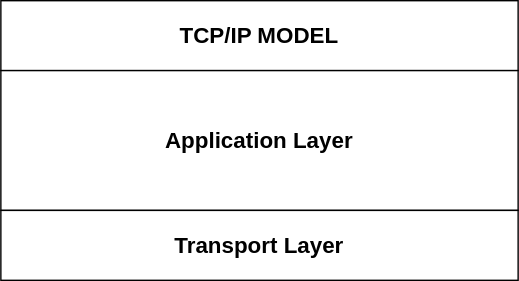
This is TCP/IP Model.drawio.svg from chloe-valentine/network-diagrams, a draw.io export, as it was before one commit. Source tidied: cells renumbered, new cells last; positions are measured from the earlier drawing's top-left corner, leaving out a move shared by most shapes.
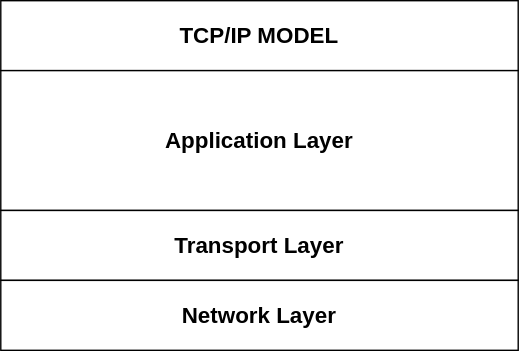
Later version of the same file.

Diff of the diagram source:
```diff
@@ -11,5 +11,8 @@
     <mxCell id="4" value="&lt;span style=&quot;font-size: 16px;&quot;&gt;&lt;b&gt;Transport Layer&lt;/b&gt;&lt;/span&gt;" style="rounded=0;whiteSpace=wrap;html=1;" parent="1" vertex="1">
       <mxGeometry y="150" width="370" height="50" as="geometry" />
     </mxCell>
+    <mxCell id="5" value="&lt;span style=&quot;font-size: 16px;&quot;&gt;&lt;b&gt;Network Layer&lt;/b&gt;&lt;/span&gt;" style="rounded=0;whiteSpace=wrap;html=1;" parent="1" vertex="1">
+      <mxGeometry y="200" width="370" height="50" as="geometry" />
+    </mxCell>
   </root>
 </mxGraphModel>
```
